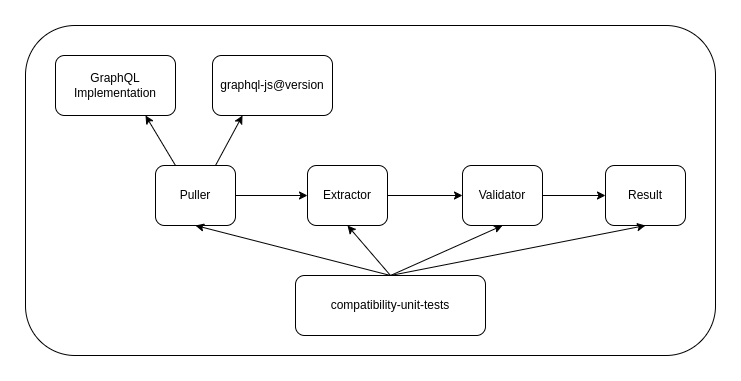
This is architecture/architecture.png from graphql-go/compatibility-unit-tests, a draw.io export, as it was before one commit. Source tidied: cells renumbered, new cells last; positions are measured from the earlier drawing's top-left corner, leaving out a move shared by most shapes.
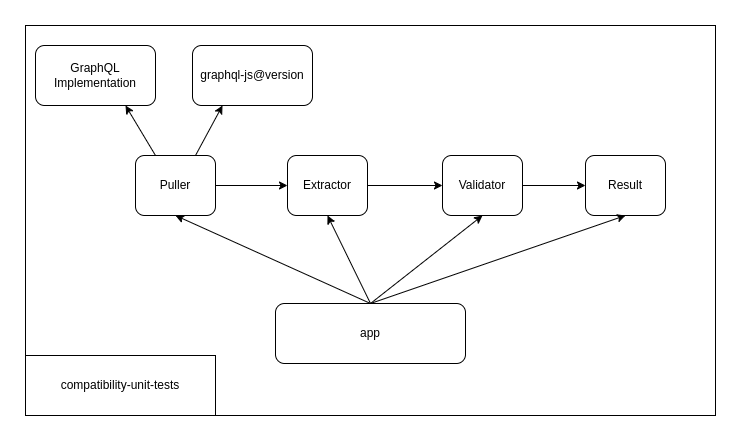
The same diagram one commit later.

Diff of the diagram source:
```diff
@@ -2,8 +2,8 @@
   <root>
     <mxCell id="0" />
     <mxCell id="1" parent="0" />
-    <mxCell id="2" style="rounded=1;whiteSpace=wrap;html=1;fillColor=none;" parent="1" vertex="1">
-      <mxGeometry width="690" height="330" as="geometry" />
+    <mxCell id="2" style="rounded=0;whiteSpace=wrap;html=1;fillColor=none;" parent="1" vertex="1">
+      <mxGeometry x="20" y="10" width="690" height="390" as="geometry" />
     </mxCell>
     <mxCell id="3" value="graphql-js@version" style="rounded=1;whiteSpace=wrap;html=1;" parent="1" vertex="1">
       <mxGeometry x="187" y="30" width="120" height="60" as="geometry" />
@@ -11,8 +11,8 @@
     <mxCell id="4" value="GraphQL Implementation" style="rounded=1;whiteSpace=wrap;html=1;" parent="1" vertex="1">
       <mxGeometry x="30" y="30" width="120" height="60" as="geometry" />
     </mxCell>
-    <mxCell id="5" value="compatibility-unit-tests" style="rounded=1;whiteSpace=wrap;html=1;" parent="1" vertex="1">
-      <mxGeometry x="270" y="250" width="190" height="60" as="geometry" />
+    <mxCell id="5" value="app" style="rounded=1;whiteSpace=wrap;html=1;" parent="1" vertex="1">
+      <mxGeometry x="270" y="288" width="190" height="60" as="geometry" />
     </mxCell>
     <mxCell id="6" style="endArrow=classic;html=1;rounded=0;entryX=0.25;entryY=1;entryDx=0;entryDy=0;exitX=0.75;exitY=0;exitDx=0;exitDy=0;" parent="1" edge="1" source="8" target="3">
       <mxGeometry relative="1" as="geometry" />
@@ -53,5 +53,8 @@
     <mxCell id="18" style="endArrow=classic;html=1;rounded=0;entryX=0.5;entryY=1;entryDx=0;entryDy=0;exitX=0.5;exitY=0;exitDx=0;exitDy=0;" parent="1" edge="1" source="5" target="11">
       <mxGeometry relative="1" as="geometry" />
     </mxCell>
+    <mxCell id="19" value="compatibility-unit-tests" style="rounded=0;whiteSpace=wrap;html=1;" parent="1" vertex="1">
+      <mxGeometry x="20" y="340" width="190" height="60" as="geometry" />
+    </mxCell>
   </root>
 </mxGraphModel>
```
